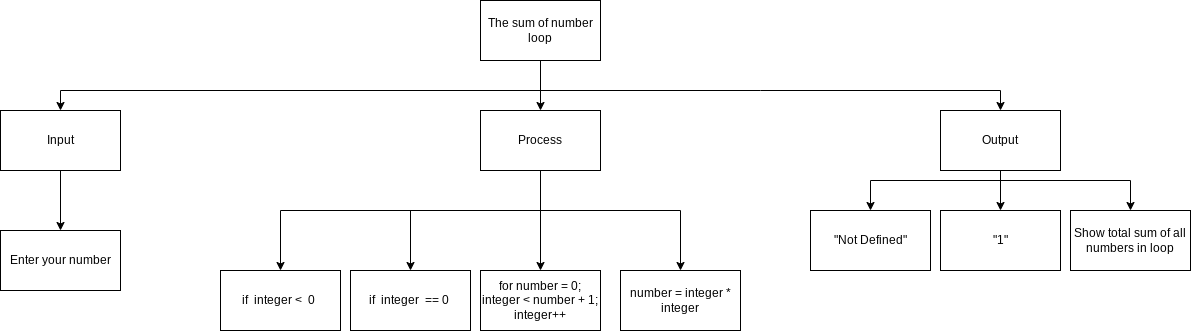
This is Drawio/TopDown.png from JacksonNaufal/ICS3U-Unit4-04-Python, a draw.io export, as it was before one commit. Source tidied: cells renumbered, new cells last; positions are measured from the earlier drawing's top-left corner, leaving out a move shared by most shapes. Source of this version:
```xml
<mxGraphModel>
  <root>
    <mxCell id="0" />
    <mxCell id="1" parent="0" />
    <mxCell id="2" style="edgeStyle=none;html=1;entryX=0.5;entryY=0;entryDx=0;entryDy=0;rounded=0;" parent="1" edge="1" source="5" target="12">
      <mxGeometry relative="1" as="geometry" />
    </mxCell>
    <mxCell id="3" style="edgeStyle=none;rounded=0;html=1;entryX=0.5;entryY=0;entryDx=0;entryDy=0;" parent="1" edge="1" target="7">
      <mxGeometry relative="1" as="geometry">
        <mxPoint x="540" y="90" as="sourcePoint" />
        <Array as="points">
          <mxPoint x="60" y="90" />
        </Array>
      </mxGeometry>
    </mxCell>
    <mxCell id="4" style="edgeStyle=none;rounded=0;html=1;entryX=0.5;entryY=0;entryDx=0;entryDy=0;" parent="1" edge="1" target="16">
      <mxGeometry relative="1" as="geometry">
        <mxPoint x="540" y="90" as="sourcePoint" />
        <Array as="points">
          <mxPoint x="760" y="90" />
          <mxPoint x="1000" y="90" />
        </Array>
      </mxGeometry>
    </mxCell>
    <mxCell id="5" value="The sum of number loop" style="rounded=0;whiteSpace=wrap;html=1;" parent="1" vertex="1">
      <mxGeometry x="480" width="120" height="60" as="geometry" />
    </mxCell>
    <mxCell id="6" style="edgeStyle=none;html=1;" parent="1" edge="1" source="7" target="17">
      <mxGeometry relative="1" as="geometry" />
    </mxCell>
    <mxCell id="7" value="Input" style="rounded=0;whiteSpace=wrap;html=1;" parent="1" vertex="1">
      <mxGeometry y="110" width="120" height="60" as="geometry" />
    </mxCell>
    <mxCell id="8" style="edgeStyle=none;html=1;rounded=0;" parent="1" edge="1" target="19">
      <mxGeometry relative="1" as="geometry">
        <mxPoint x="540" y="210" as="sourcePoint" />
        <Array as="points">
          <mxPoint x="680" y="210" />
        </Array>
      </mxGeometry>
    </mxCell>
    <mxCell id="9" style="edgeStyle=none;html=1;entryX=0.5;entryY=0;entryDx=0;entryDy=0;" parent="1" edge="1" source="12" target="20">
      <mxGeometry relative="1" as="geometry" />
    </mxCell>
    <mxCell id="10" style="edgeStyle=none;html=1;entryX=0.5;entryY=0;entryDx=0;entryDy=0;rounded=0;" parent="1" edge="1" target="23">
      <mxGeometry relative="1" as="geometry">
        <mxPoint x="540" y="210" as="sourcePoint" />
        <Array as="points">
          <mxPoint x="410" y="210" />
        </Array>
      </mxGeometry>
    </mxCell>
    <mxCell id="11" style="edgeStyle=none;html=1;entryX=0.5;entryY=0;entryDx=0;entryDy=0;rounded=0;" parent="1" edge="1" target="21">
      <mxGeometry relative="1" as="geometry">
        <mxPoint x="540" y="210" as="sourcePoint" />
        <Array as="points">
          <mxPoint x="280" y="210" />
        </Array>
      </mxGeometry>
    </mxCell>
    <mxCell id="12" value="Process" style="rounded=0;whiteSpace=wrap;html=1;" parent="1" vertex="1">
      <mxGeometry x="480" y="110" width="120" height="60" as="geometry" />
    </mxCell>
    <mxCell id="13" style="edgeStyle=none;rounded=0;html=1;" parent="1" edge="1" target="18">
      <mxGeometry relative="1" as="geometry">
        <mxPoint x="920" y="180" as="sourcePoint" />
        <Array as="points">
          <mxPoint x="1130" y="180" />
        </Array>
      </mxGeometry>
    </mxCell>
    <mxCell id="14" style="edgeStyle=none;html=1;entryX=0.5;entryY=0;entryDx=0;entryDy=0;rounded=0;" parent="1" edge="1" target="22">
      <mxGeometry relative="1" as="geometry">
        <mxPoint x="940" y="180" as="sourcePoint" />
        <Array as="points">
          <mxPoint x="870" y="180" />
        </Array>
      </mxGeometry>
    </mxCell>
    <mxCell id="15" style="edgeStyle=none;html=1;entryX=0.5;entryY=0;entryDx=0;entryDy=0;" parent="1" edge="1" source="16" target="24">
      <mxGeometry relative="1" as="geometry" />
    </mxCell>
    <mxCell id="16" value="Output" style="rounded=0;whiteSpace=wrap;html=1;" parent="1" vertex="1">
      <mxGeometry x="940" y="110" width="120" height="60" as="geometry" />
    </mxCell>
    <mxCell id="17" value="Enter your number" style="rounded=0;whiteSpace=wrap;html=1;" parent="1" vertex="1">
      <mxGeometry y="230" width="120" height="60" as="geometry" />
    </mxCell>
    <mxCell id="18" value="Show total sum of all numbers in loop" style="rounded=0;whiteSpace=wrap;html=1;" parent="1" vertex="1">
      <mxGeometry x="1070" y="210" width="120" height="60" as="geometry" />
    </mxCell>
    <mxCell id="19" value="number = integer * integer" style="rounded=0;whiteSpace=wrap;html=1;" parent="1" vertex="1">
      <mxGeometry x="620" y="270" width="120" height="60" as="geometry" />
    </mxCell>
    <mxCell id="20" value="for number = 0;&lt;br&gt;integer &amp;lt; number + 1;&lt;br&gt;integer++" style="rounded=0;whiteSpace=wrap;html=1;" parent="1" vertex="1">
      <mxGeometry x="480" y="270" width="120" height="60" as="geometry" />
    </mxCell>
    <mxCell id="21" value="if&amp;nbsp; integer &amp;lt;&amp;nbsp; 0&amp;nbsp;" style="rounded=0;whiteSpace=wrap;html=1;" parent="1" vertex="1">
      <mxGeometry x="220" y="270" width="120" height="60" as="geometry" />
    </mxCell>
    <mxCell id="22" value="&quot;Not Defined&quot;" style="rounded=0;whiteSpace=wrap;html=1;" parent="1" vertex="1">
      <mxGeometry x="810" y="210" width="120" height="60" as="geometry" />
    </mxCell>
    <mxCell id="23" value="if&amp;nbsp; integer&amp;nbsp; == 0&amp;nbsp;" style="rounded=0;whiteSpace=wrap;html=1;" parent="1" vertex="1">
      <mxGeometry x="350" y="270" width="120" height="60" as="geometry" />
    </mxCell>
    <mxCell id="24" value="&quot;1&quot;" style="rounded=0;whiteSpace=wrap;html=1;" parent="1" vertex="1">
      <mxGeometry x="940" y="210" width="120" height="60" as="geometry" />
    </mxCell>
  </root>
</mxGraphModel>
```
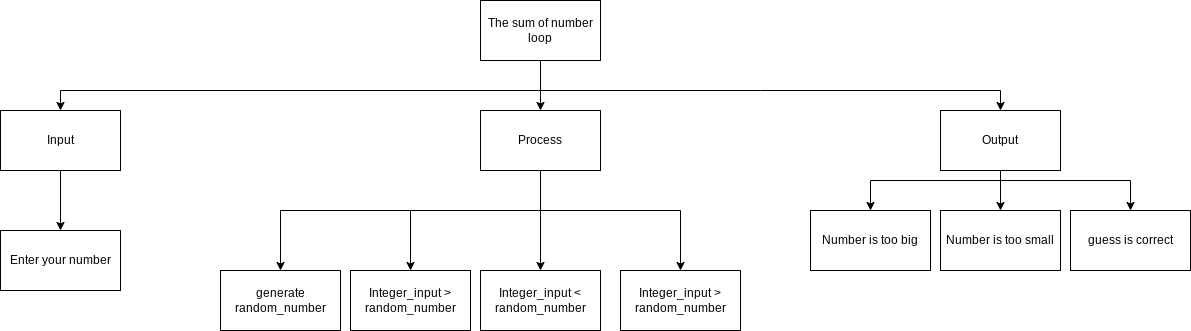
The same file after the commit.

What changed in the source:
```diff
@@ -86,25 +86,25 @@
     <mxCell id="17" value="Enter your number" style="rounded=0;whiteSpace=wrap;html=1;" parent="1" vertex="1">
       <mxGeometry y="230" width="120" height="60" as="geometry" />
     </mxCell>
-    <mxCell id="18" value="Show total sum of all numbers in loop" style="rounded=0;whiteSpace=wrap;html=1;" parent="1" vertex="1">
+    <mxCell id="18" value="guess is correct" style="rounded=0;whiteSpace=wrap;html=1;" parent="1" vertex="1">
       <mxGeometry x="1070" y="210" width="120" height="60" as="geometry" />
     </mxCell>
-    <mxCell id="19" value="number = integer * integer" style="rounded=0;whiteSpace=wrap;html=1;" parent="1" vertex="1">
+    <mxCell id="19" value="Integer_input &amp;gt; random_number" style="rounded=0;whiteSpace=wrap;html=1;" parent="1" vertex="1">
       <mxGeometry x="620" y="270" width="120" height="60" as="geometry" />
     </mxCell>
-    <mxCell id="20" value="for number = 0;&lt;br&gt;integer &amp;lt; number + 1;&lt;br&gt;integer++" style="rounded=0;whiteSpace=wrap;html=1;" parent="1" vertex="1">
+    <mxCell id="20" value="Integer_input &amp;lt; random_number" style="rounded=0;whiteSpace=wrap;html=1;" parent="1" vertex="1">
       <mxGeometry x="480" y="270" width="120" height="60" as="geometry" />
     </mxCell>
-    <mxCell id="21" value="if&amp;nbsp; integer &amp;lt;&amp;nbsp; 0&amp;nbsp;" style="rounded=0;whiteSpace=wrap;html=1;" parent="1" vertex="1">
+    <mxCell id="21" value="generate random_number" style="rounded=0;whiteSpace=wrap;html=1;" parent="1" vertex="1">
       <mxGeometry x="220" y="270" width="120" height="60" as="geometry" />
     </mxCell>
-    <mxCell id="22" value="&quot;Not Defined&quot;" style="rounded=0;whiteSpace=wrap;html=1;" parent="1" vertex="1">
+    <mxCell id="22" value="Number is too big" style="rounded=0;whiteSpace=wrap;html=1;" parent="1" vertex="1">
       <mxGeometry x="810" y="210" width="120" height="60" as="geometry" />
     </mxCell>
-    <mxCell id="23" value="if&amp;nbsp; integer&amp;nbsp; == 0&amp;nbsp;" style="rounded=0;whiteSpace=wrap;html=1;" parent="1" vertex="1">
+    <mxCell id="23" value="Integer_input &amp;gt; random_number" style="rounded=0;whiteSpace=wrap;html=1;" parent="1" vertex="1">
       <mxGeometry x="350" y="270" width="120" height="60" as="geometry" />
     </mxCell>
-    <mxCell id="24" value="&quot;1&quot;" style="rounded=0;whiteSpace=wrap;html=1;" parent="1" vertex="1">
+    <mxCell id="24" value="Number is too small" style="rounded=0;whiteSpace=wrap;html=1;" parent="1" vertex="1">
       <mxGeometry x="940" y="210" width="120" height="60" as="geometry" />
     </mxCell>
   </root>
```
